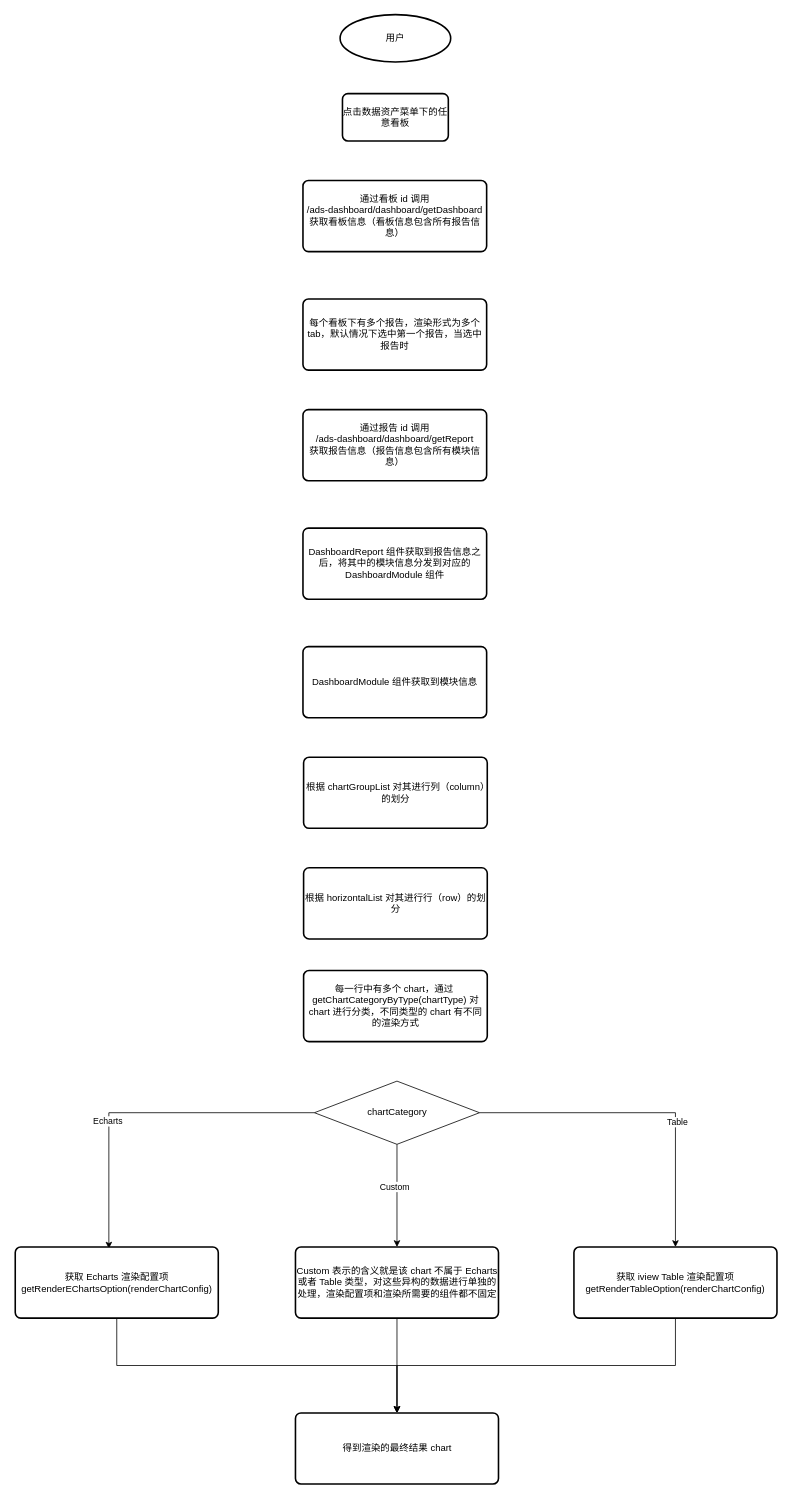
Mr-xzq/drawio keeps this draw.io diagram as source/Dashboard-chart渲染流程图.drawio. Above is the earlier version. Source tidied: cells renumbered, new cells numbered last; positions are measured from the earlier drawing's top-left corner, leaving out a move shared by most shapes. Both pictures are drawn from the tidied source at 79%, with x=0, y=0 at pixel (15, 14).
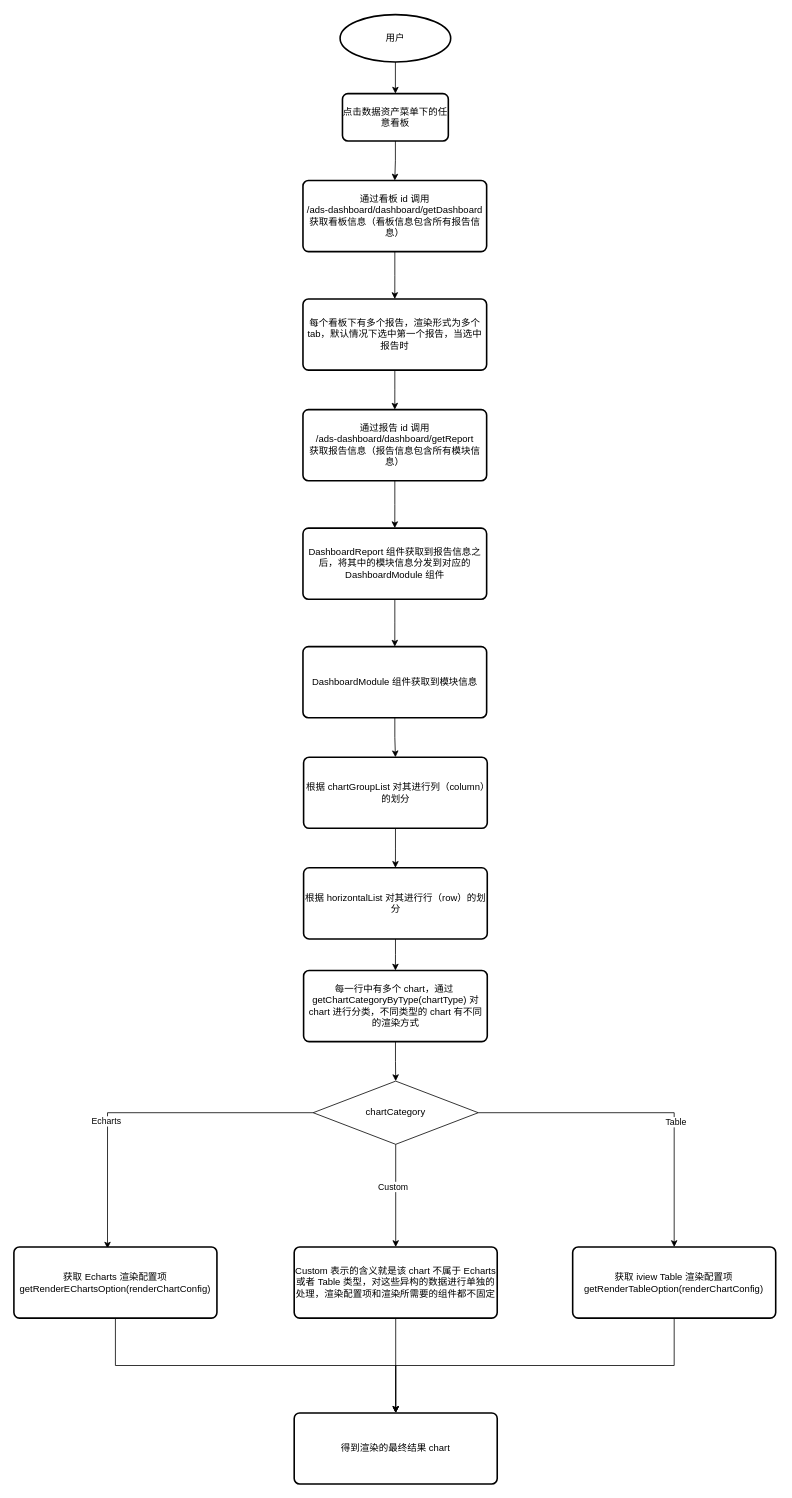
The same page after the edit.

Commit message:
更新Dashboard-chart渲染流程图.drawio

Unchanged cells that the change refers to:
```xml
<mxCell id="2" value="用户" style="strokeWidth=2;html=1;shape=mxgraph.flowchart.start_2;whiteSpace=wrap;" parent="1" vertex="1">
  <mxGeometry x="411" width="140" height="60" as="geometry" />
</mxCell>
<mxCell id="3" value="点击数据资产菜单下的任意看板" style="rounded=1;whiteSpace=wrap;html=1;absoluteArcSize=1;arcSize=14;strokeWidth=2;" parent="1" vertex="1">
  <mxGeometry x="414" y="100" width="134" height="60" as="geometry" />
</mxCell>
<mxCell id="4" value="通过看板 id 调用 &lt;br&gt;/ads-dashboard/dashboard/getDashboard 获取看板信息（看板信息包含所有报告信息）" style="rounded=1;whiteSpace=wrap;html=1;absoluteArcSize=1;arcSize=14;strokeWidth=2;" parent="1" vertex="1">
  <mxGeometry x="364" y="210" width="232.5" height="90" as="geometry" />
</mxCell>
<mxCell id="5" value="每个看板下有多个报告，渲染形式为多个 tab，默认情况下选中第一个报告，当选中报告时" style="rounded=1;whiteSpace=wrap;html=1;absoluteArcSize=1;arcSize=14;strokeWidth=2;" parent="1" vertex="1">
  <mxGeometry x="364" y="360" width="232.5" height="90" as="geometry" />
</mxCell>
<mxCell id="6" value="通过报告 id 调用&lt;br&gt;/ads-dashboard/dashboard/getReport &lt;br&gt;获取报告信息（报告信息包含所有模块信息）" style="rounded=1;whiteSpace=wrap;html=1;absoluteArcSize=1;arcSize=14;strokeWidth=2;" parent="1" vertex="1">
  <mxGeometry x="364" y="500" width="232.5" height="90" as="geometry" />
</mxCell>
<mxCell id="7" value="DashboardReport 组件获取到报告信息之后，将其中的模块信息分发到对应的DashboardModule 组件" style="rounded=1;whiteSpace=wrap;html=1;absoluteArcSize=1;arcSize=14;strokeWidth=2;" parent="1" vertex="1">
  <mxGeometry x="364" y="650" width="232.5" height="90" as="geometry" />
</mxCell>
<mxCell id="8" value="DashboardModule 组件获取到模块信息" style="rounded=1;whiteSpace=wrap;html=1;absoluteArcSize=1;arcSize=14;strokeWidth=2;" parent="1" vertex="1">
  <mxGeometry x="364" y="800" width="232.5" height="90" as="geometry" />
</mxCell>
<mxCell id="9" value="根据 chartGroupList 对其进行列（column）的划分" style="rounded=1;whiteSpace=wrap;html=1;absoluteArcSize=1;arcSize=14;strokeWidth=2;" parent="1" vertex="1">
  <mxGeometry x="364.8" y="940" width="232.5" height="90" as="geometry" />
</mxCell>
<mxCell id="10" value="根据&amp;nbsp;horizontalList 对其进行行（row）的划分" style="rounded=1;whiteSpace=wrap;html=1;absoluteArcSize=1;arcSize=14;strokeWidth=2;" parent="1" vertex="1">
  <mxGeometry x="364.8" y="1080" width="232.5" height="90" as="geometry" />
</mxCell>
<mxCell id="11" value="每一行中有多个 chart，通过&amp;nbsp; getChartCategoryByType(chartType) 对 chart 进行分类，不同类型的 chart 有不同的渲染方式" style="rounded=1;whiteSpace=wrap;html=1;absoluteArcSize=1;arcSize=14;strokeWidth=2;" parent="1" vertex="1">
  <mxGeometry x="364.8" y="1210" width="232.5" height="90" as="geometry" />
</mxCell>
```

Diff of the diagram source:
```diff
@@
+    <mxCell id="26" style="edgeStyle=orthogonalEdgeStyle;rounded=0;jettySize=auto;html=1;entryX=0.5;entryY=0;entryDx=0;entryDy=0;" parent="1" edge="1" source="2" target="3">
+      <mxGeometry relative="1" as="geometry" />
+    </mxCell>
@@
+    <mxCell id="27" style="edgeStyle=orthogonalEdgeStyle;rounded=0;jettySize=auto;html=1;entryX=0.5;entryY=0;entryDx=0;entryDy=0;" parent="1" edge="1" source="3" target="4">
+      <mxGeometry relative="1" as="geometry" />
+    </mxCell>
@@
+    <mxCell id="28" style="edgeStyle=orthogonalEdgeStyle;rounded=0;jettySize=auto;html=1;entryX=0.5;entryY=0;entryDx=0;entryDy=0;" parent="1" edge="1" source="4" target="5">
+      <mxGeometry relative="1" as="geometry" />
+    </mxCell>
@@
+    <mxCell id="29" style="edgeStyle=orthogonalEdgeStyle;rounded=0;jettySize=auto;html=1;entryX=0.5;entryY=0;entryDx=0;entryDy=0;" parent="1" edge="1" source="5" target="6">
+      <mxGeometry relative="1" as="geometry" />
+    </mxCell>
@@
+    <mxCell id="30" style="edgeStyle=orthogonalEdgeStyle;rounded=0;jettySize=auto;html=1;entryX=0.5;entryY=0;entryDx=0;entryDy=0;" parent="1" edge="1" source="6" target="7">
+      <mxGeometry relative="1" as="geometry" />
+    </mxCell>
@@
+    <mxCell id="31" style="edgeStyle=orthogonalEdgeStyle;rounded=0;jettySize=auto;html=1;entryX=0.5;entryY=0;entryDx=0;entryDy=0;" parent="1" edge="1" source="7" target="8">
+      <mxGeometry relative="1" as="geometry" />
+    </mxCell>
@@
+    <mxCell id="32" style="edgeStyle=orthogonalEdgeStyle;rounded=0;jettySize=auto;html=1;entryX=0.5;entryY=0;entryDx=0;entryDy=0;" parent="1" edge="1" source="8" target="9">
+      <mxGeometry relative="1" as="geometry" />
+    </mxCell>
@@
+    <mxCell id="33" style="edgeStyle=orthogonalEdgeStyle;rounded=0;jettySize=auto;html=1;entryX=0.5;entryY=0;entryDx=0;entryDy=0;" parent="1" edge="1" source="9" target="10">
+      <mxGeometry relative="1" as="geometry" />
+    </mxCell>
@@
+    <mxCell id="34" style="edgeStyle=orthogonalEdgeStyle;rounded=0;jettySize=auto;html=1;entryX=0.5;entryY=0;entryDx=0;entryDy=0;" parent="1" edge="1" source="10" target="11">
+      <mxGeometry relative="1" as="geometry" />
+    </mxCell>
@@
+    <mxCell id="35" style="edgeStyle=orthogonalEdgeStyle;rounded=0;jettySize=auto;html=1;entryX=0.5;entryY=0;entryDx=0;entryDy=0;" parent="1" edge="1" source="11" target="18">
+      <mxGeometry relative="1" as="geometry" />
+    </mxCell>
@@
     <mxCell id="18" value="chartCategory" style="rhombus;whiteSpace=wrap;html=1;" parent="1" vertex="1">
-      <mxGeometry x="378.5" y="1350" width="209" height="80" as="geometry" />
+      <mxGeometry x="376.9" y="1350" width="209" height="80" as="geometry" />
     </mxCell>
     <mxCell id="19" style="edgeStyle=orthogonalEdgeStyle;rounded=0;jettySize=auto;html=1;entryX=0.5;entryY=0;entryDx=0;entryDy=0;" parent="1" edge="1" source="20" target="25">
       <mxGeometry relative="1" as="geometry">
         <Array as="points">
-          <mxPoint x="128" y="1710" />
-          <mxPoint x="483" y="1710" />
+          <mxPoint x="126.4" y="1710" />
+          <mxPoint x="481.4" y="1710" />
         </Array>
       </mxGeometry>
     </mxCell>
     <mxCell id="20" value="获取 Echarts 渲染配置项getRenderEChartsOption(renderChartConfig)" style="rounded=1;whiteSpace=wrap;html=1;absoluteArcSize=1;arcSize=14;strokeWidth=2;" parent="1" vertex="1">
-      <mxGeometry x="-0.2" y="1560" width="257" height="90" as="geometry" />
+      <mxGeometry x="-1.9" y="1560" width="257" height="90" as="geometry" />
     </mxCell>
     <mxCell id="21" style="edgeStyle=orthogonalEdgeStyle;rounded=0;jettySize=auto;html=1;entryX=0.5;entryY=0;entryDx=0;entryDy=0;" parent="1" edge="1" source="22" target="25">
       <mxGeometry relative="1" as="geometry">
         <Array as="points">
-          <mxPoint x="836" y="1710" />
-          <mxPoint x="483" y="1710" />
+          <mxPoint x="834.4" y="1710" />
+          <mxPoint x="481.4" y="1710" />
         </Array>
       </mxGeometry>
     </mxCell>
     <mxCell id="22" value="获取 iview Table 渲染配置项getRenderTableOption(renderChartConfig)" style="rounded=1;whiteSpace=wrap;html=1;absoluteArcSize=1;arcSize=14;strokeWidth=2;" parent="1" vertex="1">
-      <mxGeometry x="707" y="1560" width="257" height="90" as="geometry" />
+      <mxGeometry x="705.4" y="1560" width="257" height="90" as="geometry" />
     </mxCell>
@@
     <mxCell id="24" value="Custom 表示的含义就是该 chart 不属于 Echarts 或者 Table 类型，对这些异构的数据进行单独的处理，渲染配置项和渲染所需要的组件都不固定" style="rounded=1;whiteSpace=wrap;html=1;absoluteArcSize=1;arcSize=14;strokeWidth=2;" parent="1" vertex="1">
-      <mxGeometry x="354.5" y="1560" width="257" height="90" as="geometry" />
+      <mxGeometry x="352.9" y="1560" width="257" height="90" as="geometry" />
     </mxCell>
     <mxCell id="25" value="得到渲染的最终结果 chart" style="rounded=1;whiteSpace=wrap;html=1;absoluteArcSize=1;arcSize=14;strokeWidth=2;" parent="1" vertex="1">
-      <mxGeometry x="354.5" y="1770" width="257" height="90" as="geometry" />
+      <mxGeometry x="352.9" y="1770" width="257" height="90" as="geometry" />
     </mxCell>
```
